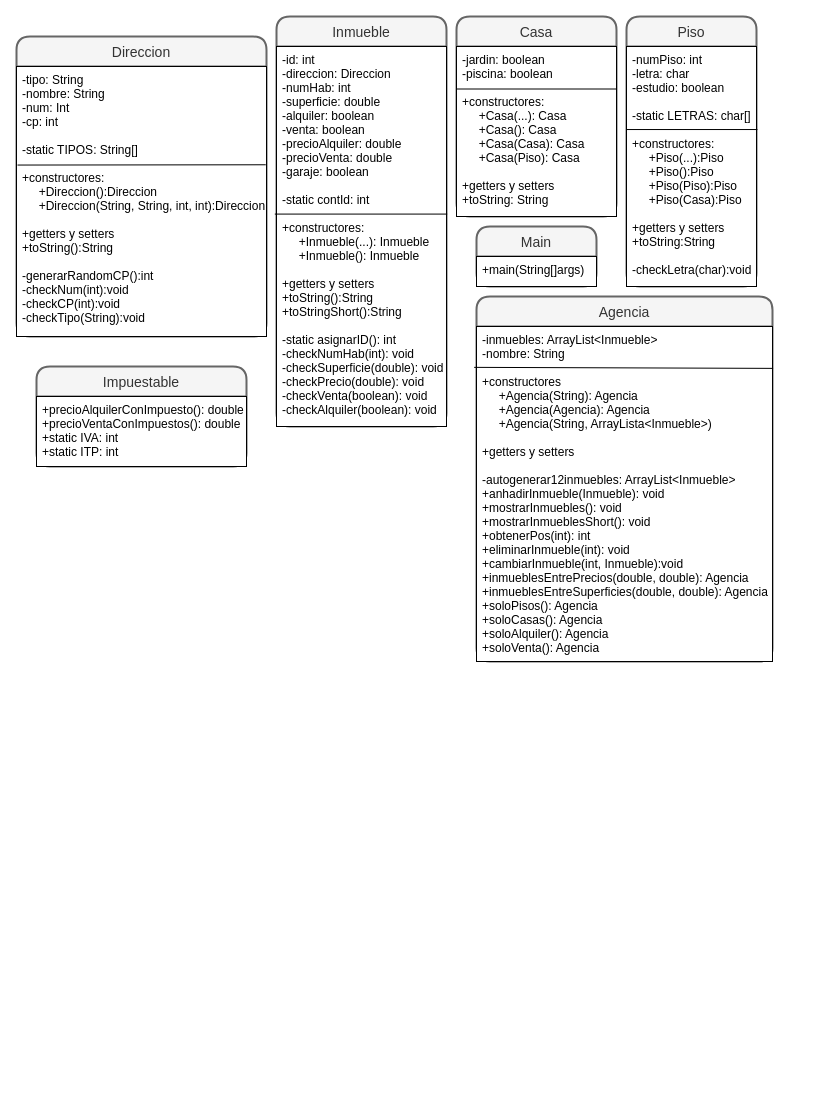
AntonioCrespo2605/1DAM keeps this draw.io diagram as PRO/PisosV2/pisosV2.drawio. Above is the earlier version. Source tidied: cells renumbered, new cells numbered last; positions are measured from the earlier drawing's top-left corner, leaving out a move shared by most shapes. Both pictures are drawn from the tidied source at 100%, with x=0, y=0 at pixel (16, 16).
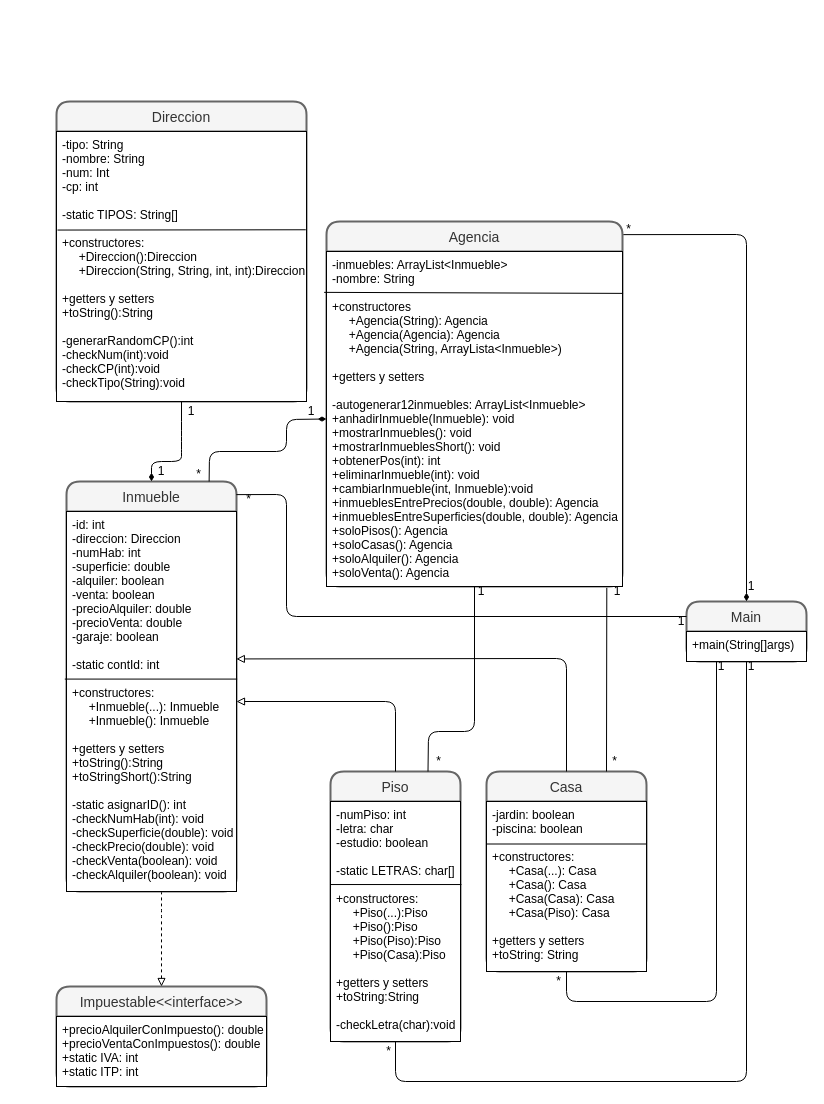
The same page after the edit.

Unchanged cells that the change refers to:
```xml
<mxCell id="3" value="-tipo: String&#10;-nombre: String&#10;-num: Int&#10;-cp: int&#10;&#10;-static TIPOS: String[]&#10;&#10;+constructores:&#10;     +Direccion():Direccion&#10;     +Direccion(String, String, int, int):Direccion&#10;&#10;+getters y setters&#10;+toString():String&#10;&#10;-generarRandomCP():int&#10;-checkNum(int):void&#10;-checkCP(int):void&#10;-checkTipo(String):void&#10;" style="align=left;spacingLeft=4;fontSize=12;verticalAlign=top;" parent="2" vertex="1">
  <mxGeometry y="30" width="250" height="270" as="geometry" />
</mxCell>
<mxCell id="6" value="-id: int&#10;-direccion: Direccion&#10;-numHab: int&#10;-superficie: double&#10;-alquiler: boolean&#10;-venta: boolean&#10;-precioAlquiler: double&#10;-precioVenta: double&#10;-garaje: boolean&#10;&#10;-static contId: int&#10;&#10;+constructores:&#10;     +Inmueble(...): Inmueble&#10;     +Inmueble(): Inmueble&#10;&#10;+getters y setters&#10;+toString():String&#10;+toStringShort():String&#10;&#10;-static asignarID(): int&#10;-checkNumHab(int): void&#10;-checkSuperficie(double): void&#10;-checkPrecio(double): void&#10;-checkVenta(boolean): void &#10;-checkAlquiler(boolean): void&#10;&#10;" style="align=left;spacingLeft=4;fontSize=12;verticalAlign=top;" parent="5" vertex="1">
  <mxGeometry y="30" width="170" height="380" as="geometry" />
</mxCell>
<mxCell id="9" value="-numPiso: int&#10;-letra: char&#10;-estudio: boolean&#10;&#10;-static LETRAS: char[]&#10;&#10;+constructores:&#10;     +Piso(...):Piso&#10;     +Piso():Piso&#10;     +Piso(Piso):Piso&#10;     +Piso(Casa):Piso&#10;&#10;+getters y setters&#10;+toString:String&#10;&#10;-checkLetra(char):void&#10;" style="align=left;spacingLeft=4;fontSize=12;verticalAlign=top;" parent="8" vertex="1">
  <mxGeometry y="30" width="130" height="240" as="geometry" />
</mxCell>
<mxCell id="12" value="-jardin: boolean&#10;-piscina: boolean&#10;&#10;+constructores:&#10;     +Casa(...): Casa&#10;     +Casa(): Casa&#10;     +Casa(Casa): Casa&#10;     +Casa(Piso): Casa&#10;&#10;+getters y setters&#10;+toString: String&#10;" style="align=left;spacingLeft=4;fontSize=12;verticalAlign=top;" parent="11" vertex="1">
  <mxGeometry y="30" width="160" height="170" as="geometry" />
</mxCell>
<mxCell id="15" value="-inmuebles: ArrayList&lt;Inmueble&gt;&#10;-nombre: String&#10;&#10;+constructores&#10;     +Agencia(String): Agencia&#10;     +Agencia(Agencia): Agencia&#10;     +Agencia(String, ArrayLista&lt;Inmueble&gt;)&#10;&#10;+getters y setters&#10;&#10;-autogenerar12inmuebles: ArrayList&lt;Inmueble&gt;&#10;+anhadirInmueble(Inmueble): void&#10;+mostrarInmuebles(): void&#10;+mostrarInmueblesShort(): void&#10;+obtenerPos(int): int&#10;+eliminarInmueble(int): void&#10;+cambiarInmueble(int, Inmueble):void&#10;+inmueblesEntrePrecios(double, double): Agencia&#10;+inmueblesEntreSuperficies(double, double): Agencia&#10;+soloPisos(): Agencia&#10;+soloCasas(): Agencia&#10;+soloAlquiler(): Agencia&#10;+soloVenta(): Agencia&#10;" style="align=left;spacingLeft=4;fontSize=12;verticalAlign=top;" parent="14" vertex="1">
  <mxGeometry y="30" width="296" height="335" as="geometry" />
</mxCell>
```

Diff of the diagram source:
```diff
@@
     <mxCell id="2" value="Direccion" style="swimlane;horizontal=1;startSize=30;rounded=1;fontSize=14;fontStyle=0;strokeWidth=2;shadow=0;dashed=0;align=center;fillColor=#f5f5f5;strokeColor=#666666;fontColor=#333333;" parent="1" vertex="1">
-      <mxGeometry y="20" width="250" height="300" as="geometry" />
+      <mxGeometry x="40" y="85" width="250" height="300" as="geometry" />
     </mxCell>
@@
     <mxCell id="5" value="Inmueble" style="swimlane;horizontal=1;startSize=30;rounded=1;fontSize=14;fontStyle=0;strokeWidth=2;shadow=0;dashed=0;align=center;fillColor=#f5f5f5;strokeColor=#666666;fontColor=#333333;" parent="1" vertex="1">
-      <mxGeometry x="260" width="170" height="410" as="geometry" />
+      <mxGeometry x="50" y="465" width="170" height="410" as="geometry" />
     </mxCell>
@@
     <mxCell id="8" value="Piso" style="swimlane;horizontal=1;startSize=30;rounded=1;fontSize=14;fontStyle=0;strokeWidth=2;shadow=0;dashed=0;align=center;fillColor=#f5f5f5;strokeColor=#666666;fontColor=#333333;" parent="1" vertex="1">
-      <mxGeometry x="610" width="130" height="270" as="geometry" />
+      <mxGeometry x="314" y="755" width="130" height="270" as="geometry" />
     </mxCell>
@@
     <mxCell id="11" value="Casa" style="swimlane;horizontal=1;startSize=30;rounded=1;fontSize=14;fontStyle=0;strokeWidth=2;shadow=0;dashed=0;align=center;fillColor=#f5f5f5;strokeColor=#666666;fontColor=#333333;" parent="1" vertex="1">
-      <mxGeometry x="440" width="160" height="200" as="geometry" />
+      <mxGeometry x="470" y="755" width="160" height="200" as="geometry" />
     </mxCell>
@@
     <mxCell id="14" value="Agencia" style="swimlane;horizontal=1;startSize=30;rounded=1;fontSize=14;fontStyle=0;strokeWidth=2;shadow=0;dashed=0;align=center;fillColor=#f5f5f5;strokeColor=#666666;fontColor=#333333;" parent="1" vertex="1">
-      <mxGeometry x="460" y="280" width="296" height="365" as="geometry" />
+      <mxGeometry x="310" y="205" width="296" height="365" as="geometry" />
     </mxCell>
@@
     <mxCell id="17" value="Main" style="swimlane;horizontal=1;startSize=30;rounded=1;fontSize=14;fontStyle=0;strokeWidth=2;shadow=0;dashed=0;align=center;fillColor=#f5f5f5;strokeColor=#666666;fontColor=#333333;" parent="1" vertex="1">
-      <mxGeometry x="460" y="210" width="120" height="60" as="geometry" />
+      <mxGeometry x="670" y="585" width="120" height="60" as="geometry" />
     </mxCell>
@@
-    <mxCell id="19" value="Impuestable" style="swimlane;horizontal=1;startSize=30;rounded=1;fontSize=14;fontStyle=0;strokeWidth=2;shadow=0;dashed=0;align=center;fillColor=#f5f5f5;strokeColor=#666666;fontColor=#333333;" parent="1" vertex="1">
-      <mxGeometry x="20" y="350" width="210" height="100" as="geometry" />
+    <mxCell id="19" value="Impuestable&lt;&lt;interface&gt;&gt;" style="swimlane;horizontal=1;startSize=30;rounded=1;fontSize=14;fontStyle=0;strokeWidth=2;shadow=0;dashed=0;align=center;fillColor=#f5f5f5;strokeColor=#666666;fontColor=#333333;" parent="1" vertex="1">
+      <mxGeometry x="40" y="970" width="210" height="100" as="geometry" />
     </mxCell>
@@
+    <mxCell id="21" style="endArrow=diamondThin;html=1;entryX=0.5;entryY=0;entryDx=0;entryDy=0;exitX=1.003;exitY=0.036;exitDx=0;exitDy=0;exitPerimeter=0;endFill=1;startArrow=none;startFill=0;" parent="1" edge="1" source="14" target="17">
+      <mxGeometry relative="1" as="geometry">
+        <Array as="points">
+          <mxPoint x="730" y="218" />
+        </Array>
+      </mxGeometry>
+    </mxCell>
+    <mxCell id="22" style="endArrow=none;html=1;exitX=0;exitY=0.25;exitDx=0;exitDy=0;entryX=0.999;entryY=0.032;entryDx=0;entryDy=0;entryPerimeter=0;endFill=0;startArrow=none;startFill=0;" parent="1" edge="1" source="17" target="5">
+      <mxGeometry relative="1" as="geometry">
+        <Array as="points">
+          <mxPoint x="270" y="600" />
+          <mxPoint x="270" y="478" />
+        </Array>
+      </mxGeometry>
+    </mxCell>
+    <mxCell id="23" style="endArrow=none;html=1;exitX=1;exitY=0.5;exitDx=0;exitDy=0;entryX=0.5;entryY=0;entryDx=0;entryDy=0;startArrow=block;startFill=0;" parent="1" edge="1" source="6" target="8">
+      <mxGeometry relative="1" as="geometry">
+        <Array as="points">
+          <mxPoint x="379" y="685" />
+        </Array>
+      </mxGeometry>
+    </mxCell>
+    <mxCell id="24" style="endArrow=none;html=1;exitX=0.999;exitY=0.388;exitDx=0;exitDy=0;exitPerimeter=0;entryX=0.5;entryY=0;entryDx=0;entryDy=0;startArrow=block;startFill=0;" parent="1" edge="1" source="6" target="11">
+      <mxGeometry relative="1" as="geometry">
+        <Array as="points">
+          <mxPoint x="550" y="642" />
+        </Array>
+      </mxGeometry>
+    </mxCell>
+    <mxCell id="25" style="endArrow=none;html=1;entryX=0.559;entryY=1.002;entryDx=0;entryDy=0;startArrow=block;startFill=0;exitX=0.5;exitY=0;exitDx=0;exitDy=0;dashed=1;entryPerimeter=0;" parent="1" edge="1" source="19" target="6">
+      <mxGeometry relative="1" as="geometry">
+        <Array as="points">
+          <mxPoint x="145" y="895" />
+          <mxPoint x="145" y="885" />
+        </Array>
+      </mxGeometry>
+    </mxCell>
+    <mxCell id="26" style="endArrow=none;html=1;exitX=0.5;exitY=0;exitDx=0;exitDy=0;entryX=0.5;entryY=1;entryDx=0;entryDy=0;startArrow=diamondThin;startFill=1;" parent="1" edge="1" source="5" target="3">
+      <mxGeometry relative="1" as="geometry">
+        <Array as="points">
+          <mxPoint x="135" y="445" />
+          <mxPoint x="165" y="445" />
+          <mxPoint x="165" y="435" />
+          <mxPoint x="165" y="415" />
+        </Array>
+      </mxGeometry>
+    </mxCell>
+    <mxCell id="27" style="endArrow=none;html=1;entryX=0.5;entryY=1;entryDx=0;entryDy=0;exitX=0.5;exitY=1;exitDx=0;exitDy=0;endFill=0;" parent="1" edge="1" source="9" target="17">
+      <mxGeometry relative="1" as="geometry">
+        <Array as="points">
+          <mxPoint x="379" y="1065" />
+          <mxPoint x="730" y="1065" />
+        </Array>
+      </mxGeometry>
+    </mxCell>
+    <mxCell id="28" style="endArrow=none;html=1;entryX=0.25;entryY=1;entryDx=0;entryDy=0;exitX=0.5;exitY=1;exitDx=0;exitDy=0;endFill=0;" parent="1" edge="1" source="12" target="17">
+      <mxGeometry relative="1" as="geometry">
+        <Array as="points">
+          <mxPoint x="550" y="985" />
+          <mxPoint x="700" y="985" />
+        </Array>
+      </mxGeometry>
+    </mxCell>
+    <mxCell id="29" style="endArrow=none;html=1;entryX=0.947;entryY=1.004;entryDx=0;entryDy=0;exitX=0.75;exitY=0;exitDx=0;exitDy=0;entryPerimeter=0;endFill=0;" parent="1" edge="1" source="11" target="15">
+      <mxGeometry relative="1" as="geometry" />
+    </mxCell>
+    <mxCell id="30" style="endArrow=none;html=1;exitX=0.75;exitY=0;exitDx=0;exitDy=0;entryX=0.5;entryY=1;entryDx=0;entryDy=0;endFill=0;" parent="1" edge="1" source="8" target="15">
+      <mxGeometry relative="1" as="geometry">
+        <Array as="points">
+          <mxPoint x="412" y="715" />
+          <mxPoint x="458" y="715" />
+        </Array>
+      </mxGeometry>
+    </mxCell>
+    <mxCell id="31" style="endArrow=diamondThin;html=1;exitX=0.839;exitY=0;exitDx=0;exitDy=0;exitPerimeter=0;entryX=0;entryY=0.5;entryDx=0;entryDy=0;startArrow=none;startFill=0;endFill=1;" parent="1" edge="1" source="5" target="15">
+      <mxGeometry relative="1" as="geometry">
+        <Array as="points">
+          <mxPoint x="193" y="435" />
+          <mxPoint x="270" y="435" />
+          <mxPoint x="270" y="403" />
+        </Array>
+      </mxGeometry>
+    </mxCell>
+    <mxCell id="32" value="1" style="text;html=1;strokeColor=none;fillColor=none;align=center;verticalAlign=middle;whiteSpace=wrap;rounded=0;" parent="1" vertex="1">
+      <mxGeometry x="460" y="570" width="10" height="10" as="geometry" />
+    </mxCell>
+    <mxCell id="33" value="*" style="text;html=1;strokeColor=none;fillColor=none;align=center;verticalAlign=middle;whiteSpace=wrap;rounded=0;" parent="1" vertex="1">
+      <mxGeometry x="420" y="740" width="5" height="10" as="geometry" />
+    </mxCell>
+    <mxCell id="34" value="1" style="text;html=1;strokeColor=none;fillColor=none;align=center;verticalAlign=middle;whiteSpace=wrap;rounded=0;" parent="1" vertex="1">
+      <mxGeometry x="596" y="570" width="10" height="10" as="geometry" />
+    </mxCell>
+    <mxCell id="35" value="*" style="text;html=1;strokeColor=none;fillColor=none;align=center;verticalAlign=middle;whiteSpace=wrap;rounded=0;" parent="1" vertex="1">
+      <mxGeometry x="596" y="740" width="5" height="10" as="geometry" />
+    </mxCell>
+    <mxCell id="36" value="1" style="text;html=1;strokeColor=none;fillColor=none;align=center;verticalAlign=middle;whiteSpace=wrap;rounded=0;" parent="1" vertex="1">
+      <mxGeometry x="290" y="390" width="10" height="10" as="geometry" />
+    </mxCell>
+    <mxCell id="37" value="*" style="text;html=1;strokeColor=none;fillColor=none;align=center;verticalAlign=middle;whiteSpace=wrap;rounded=0;" parent="1" vertex="1">
+      <mxGeometry x="180" y="455" width="5" height="5" as="geometry" />
+    </mxCell>
+    <mxCell id="38" value="1" style="text;html=1;strokeColor=none;fillColor=none;align=center;verticalAlign=middle;whiteSpace=wrap;rounded=0;" parent="1" vertex="1">
+      <mxGeometry x="170" y="390" width="10" height="10" as="geometry" />
+    </mxCell>
+    <mxCell id="39" value="1" style="text;html=1;strokeColor=none;fillColor=none;align=center;verticalAlign=middle;whiteSpace=wrap;rounded=0;" parent="1" vertex="1">
+      <mxGeometry x="140" y="450" width="10" height="10" as="geometry" />
+    </mxCell>
+    <mxCell id="40" value="1" style="text;html=1;strokeColor=none;fillColor=none;align=center;verticalAlign=middle;whiteSpace=wrap;rounded=0;" parent="1" vertex="1">
+      <mxGeometry x="660" y="600" width="10" height="10" as="geometry" />
+    </mxCell>
+    <mxCell id="41" value="*" style="text;html=1;strokeColor=none;fillColor=none;align=center;verticalAlign=middle;whiteSpace=wrap;rounded=0;" parent="1" vertex="1">
+      <mxGeometry x="230" y="480" width="5" height="5" as="geometry" />
+    </mxCell>
+    <mxCell id="42" value="1" style="text;html=1;strokeColor=none;fillColor=none;align=center;verticalAlign=middle;whiteSpace=wrap;rounded=0;" parent="1" vertex="1">
+      <mxGeometry x="730" y="565" width="10" height="10" as="geometry" />
+    </mxCell>
+    <mxCell id="43" value="*" style="text;html=1;strokeColor=none;fillColor=none;align=center;verticalAlign=middle;whiteSpace=wrap;rounded=0;" parent="1" vertex="1">
+      <mxGeometry x="610" y="210" width="5" height="5" as="geometry" />
+    </mxCell>
+    <mxCell id="44" value="1" style="text;html=1;strokeColor=none;fillColor=none;align=center;verticalAlign=middle;whiteSpace=wrap;rounded=0;" parent="1" vertex="1">
+      <mxGeometry x="730" y="645" width="10" height="10" as="geometry" />
+    </mxCell>
+    <mxCell id="45" value="1" style="text;html=1;strokeColor=none;fillColor=none;align=center;verticalAlign=middle;whiteSpace=wrap;rounded=0;" parent="1" vertex="1">
+      <mxGeometry x="700" y="645" width="10" height="10" as="geometry" />
+    </mxCell>
+    <mxCell id="46" value="*" style="text;html=1;strokeColor=none;fillColor=none;align=center;verticalAlign=middle;whiteSpace=wrap;rounded=0;" parent="1" vertex="1">
+      <mxGeometry x="540" y="960" width="5" height="10" as="geometry" />
+    </mxCell>
+    <mxCell id="47" value="*" style="text;html=1;strokeColor=none;fillColor=none;align=center;verticalAlign=middle;whiteSpace=wrap;rounded=0;" parent="1" vertex="1">
+      <mxGeometry x="370" y="1030" width="5" height="10" as="geometry" />
+    </mxCell>
```
